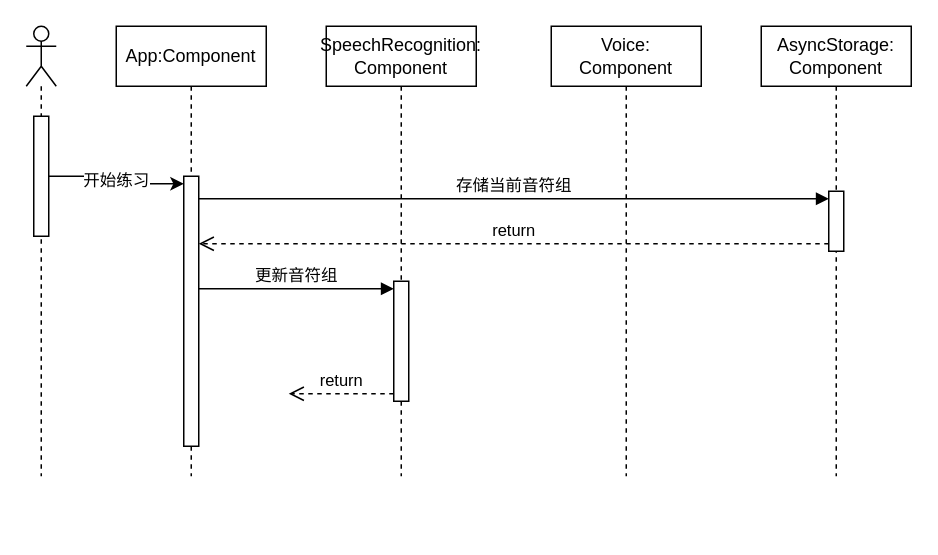
Above: doremi.drawio in onlyzlc/doremi (draw.io), before the change. Source tidied: cells renumbered, new cells numbered last; positions are measured from the earlier drawing's top-left corner, leaving out a move shared by most shapes. Both pictures are drawn from the tidied source at 150%, with x=0, y=0 at pixel (26, 26).
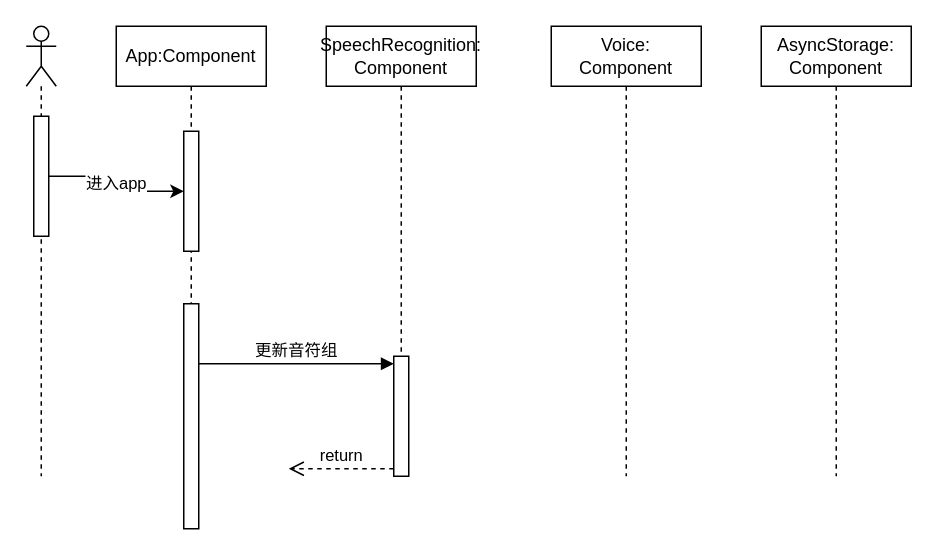
The same diagram, later.

The edit, as a diff of the source:
```diff
@@
 <mxGraphModel>
   <root>
     <mxCell id="0" />
     <mxCell id="1" parent="0" />
     <mxCell id="2" value="App:Component" style="shape=umlLifeline;perimeter=lifelinePerimeter;whiteSpace=wrap;html=1;newEdgeStyle={&quot;curved&quot;:0,&quot;rounded&quot;:0};" parent="1" vertex="1">
       <mxGeometry x="60" width="100" height="300" as="geometry" />
     </mxCell>
     <mxCell id="3" style="html=1;points=[[0,0,0,0,5],[0,1,0,0,-5],[1,0,0,0,5],[1,1,0,0,-5]];perimeter=orthogonalPerimeter;outlineConnect=0;targetShapes=umlLifeline;portConstraint=eastwest;newEdgeStyle={&quot;curved&quot;:0,&quot;rounded&quot;:0};" parent="2" vertex="1">
-      <mxGeometry x="45" y="100" width="10" height="180" as="geometry" />
+      <mxGeometry x="45" y="185" width="10" height="150" as="geometry" />
     </mxCell>
+    <mxCell id="16" style="html=1;points=[[0,0,0,0,5],[0,1,0,0,-5],[1,0,0,0,5],[1,1,0,0,-5]];perimeter=orthogonalPerimeter;outlineConnect=0;targetShapes=umlLifeline;portConstraint=eastwest;newEdgeStyle={&quot;curved&quot;:0,&quot;rounded&quot;:0};" parent="2" vertex="1">
+      <mxGeometry x="45" y="70" width="10" height="80" as="geometry" />
+    </mxCell>
     <mxCell id="4" value="SpeechRecognition: Component" style="shape=umlLifeline;perimeter=lifelinePerimeter;html=1;newEdgeStyle={&quot;curved&quot;:0,&quot;rounded&quot;:0};whiteSpace=wrap;" parent="1" vertex="1">
       <mxGeometry x="200" width="100" height="300" as="geometry" />
     </mxCell>
     <mxCell id="5" style="html=1;points=[[0,0,0,0,5],[0,1,0,0,-5],[1,0,0,0,5],[1,1,0,0,-5]];perimeter=orthogonalPerimeter;outlineConnect=0;targetShapes=umlLifeline;portConstraint=eastwest;newEdgeStyle={&quot;curved&quot;:0,&quot;rounded&quot;:0};" parent="4" vertex="1">
-      <mxGeometry x="45" y="170" width="10" height="80" as="geometry" />
+      <mxGeometry x="45" y="220" width="10" height="80" as="geometry" />
     </mxCell>
     <mxCell id="6" value="return" style="html=1;verticalAlign=bottom;endArrow=open;dashed=1;endSize=8;curved=0;rounded=0;exitX=0;exitY=1;exitDx=0;exitDy=-5;" parent="4" edge="1" source="5">
       <mxGeometry relative="1" as="geometry">
-        <mxPoint x="-25" y="245" as="targetPoint" />
+        <mxPoint x="-25" y="295" as="targetPoint" />
       </mxGeometry>
     </mxCell>
+    <mxCell id="15" value="更新音符组" style="html=1;verticalAlign=bottom;endArrow=block;curved=0;rounded=0;entryX=0;entryY=0;entryDx=0;entryDy=5;" parent="4" edge="1" target="5">
+      <mxGeometry relative="1" as="geometry">
+        <mxPoint x="-85" y="225" as="sourcePoint" />
+      </mxGeometry>
+    </mxCell>
     <mxCell id="7" value="Voice: Component" style="shape=umlLifeline;perimeter=lifelinePerimeter;html=1;newEdgeStyle={&quot;curved&quot;:0,&quot;rounded&quot;:0};whiteSpace=wrap;" parent="1" vertex="1">
       <mxGeometry x="350" width="100" height="300" as="geometry" />
     </mxCell>
     <mxCell id="8" style="shape=umlLifeline;perimeter=lifelinePerimeter;whiteSpace=wrap;html=1;newEdgeStyle={&quot;curved&quot;:0,&quot;rounded&quot;:0};participant=umlActor;" parent="1" vertex="1">
       <mxGeometry width="20" height="300" as="geometry" />
     </mxCell>
     <mxCell id="9" style="html=1;points=[[0,0,0,0,5],[0,1,0,0,-5],[1,0,0,0,5],[1,1,0,0,-5]];perimeter=orthogonalPerimeter;outlineConnect=0;targetShapes=umlLifeline;portConstraint=eastwest;newEdgeStyle={&quot;curved&quot;:0,&quot;rounded&quot;:0};" parent="8" vertex="1">
       <mxGeometry x="5" y="60" width="10" height="80" as="geometry" />
     </mxCell>
-    <mxCell id="10" value="开始练习" style="edgeStyle=orthogonalEdgeStyle;rounded=0;jettySize=auto;html=1;curved=0;entryX=0;entryY=0;entryDx=0;entryDy=5;entryPerimeter=0;" parent="1" edge="1" source="9" target="3">
+    <mxCell id="10" value="进入app" style="edgeStyle=orthogonalEdgeStyle;rounded=0;jettySize=auto;html=1;curved=0;" parent="1" edge="1" source="9" target="16">
       <mxGeometry relative="1" as="geometry" />
     </mxCell>
     <mxCell id="11" value="AsyncStorage: Component" style="shape=umlLifeline;perimeter=lifelinePerimeter;html=1;newEdgeStyle={&quot;curved&quot;:0,&quot;rounded&quot;:0};whiteSpace=wrap;" parent="1" vertex="1">
       <mxGeometry x="490" width="100" height="300" as="geometry" />
     </mxCell>
-    <mxCell id="12" style="html=1;points=[[0,0,0,0,5],[0,1,0,0,-5],[1,0,0,0,5],[1,1,0,0,-5]];perimeter=orthogonalPerimeter;outlineConnect=0;targetShapes=umlLifeline;portConstraint=eastwest;newEdgeStyle={&quot;curved&quot;:0,&quot;rounded&quot;:0};" parent="11" vertex="1">
-      <mxGeometry x="45" y="110" width="10" height="40" as="geometry" />
-    </mxCell>
-    <mxCell id="13" value="存储当前音符组" style="html=1;verticalAlign=bottom;endArrow=block;curved=0;rounded=0;entryX=0;entryY=0;entryDx=0;entryDy=5;" parent="11" edge="1" target="12">
-      <mxGeometry relative="1" as="geometry">
-        <mxPoint x="-375" y="115" as="sourcePoint" />
-      </mxGeometry>
-    </mxCell>
-    <mxCell id="14" value="return" style="html=1;verticalAlign=bottom;endArrow=open;dashed=1;endSize=8;curved=0;rounded=0;exitX=0;exitY=1;exitDx=0;exitDy=-5;" parent="1" edge="1" source="12" target="3">
-      <mxGeometry relative="1" as="geometry" />
-    </mxCell>
-    <mxCell id="15" value="更新音符组" style="html=1;verticalAlign=bottom;endArrow=block;curved=0;rounded=0;entryX=0;entryY=0;entryDx=0;entryDy=5;" parent="1" edge="1" source="3" target="5">
-      <mxGeometry relative="1" as="geometry" />
-    </mxCell>
   </root>
 </mxGraphModel>
```
